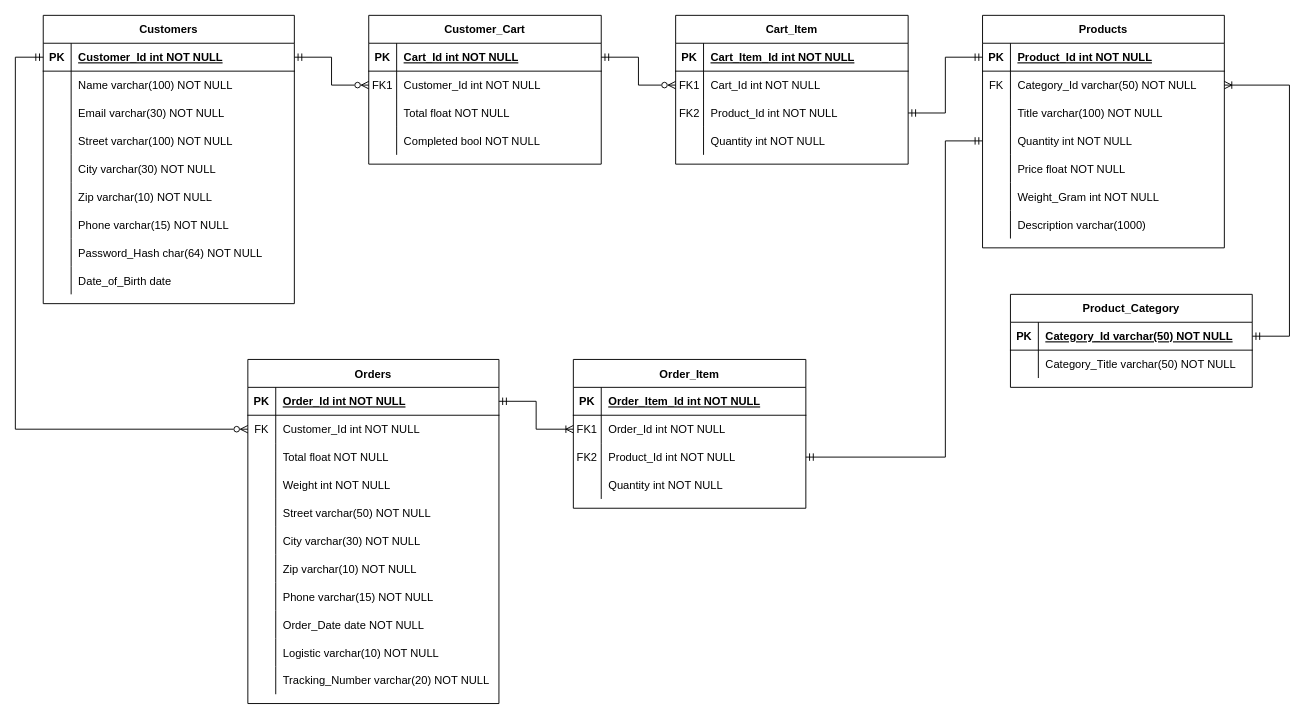
The draw.io diagram system-design/ER-Diagram.drawio in wahyubrr/shopping-api, before the edit. Source tidied: cells renumbered, new cells numbered last; positions are measured from the earlier drawing's top-left corner, leaving out a move shared by most shapes. Both pictures are drawn from the tidied source at 93%, with x=0, y=0 at pixel (15, 15).
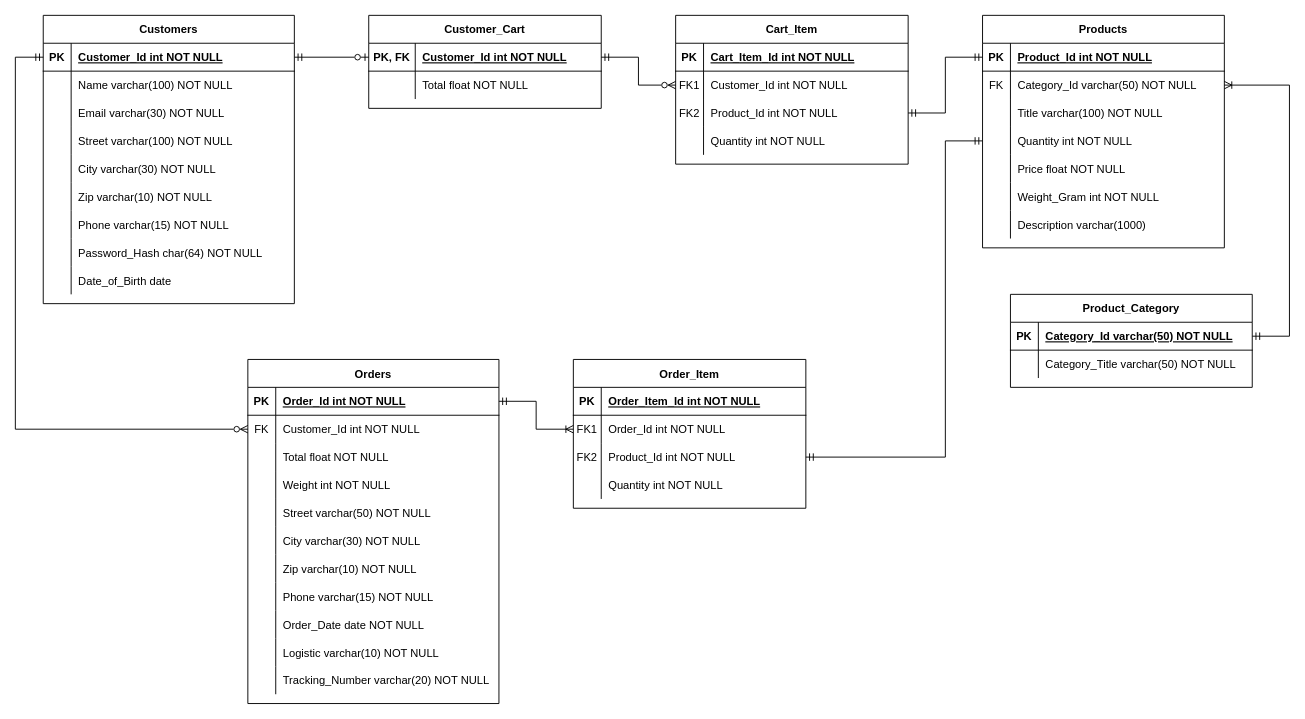
After the change.

The change refers to these unchanged cells:
```xml
<mxCell id="3" style="shape=partialRectangle;fillColor=none;points=[[0,0.5],[1,0.5]];portConstraint=eastwest;top=0;left=0;right=0;bottom=1;" parent="2" vertex="1">
  <mxGeometry y="30" width="250" height="30" as="geometry" />
</mxCell>
<mxCell id="38" style="shape=partialRectangle;fillColor=none;points=[[0,0.5],[1,0.5]];portConstraint=eastwest;top=0;left=0;right=0;bottom=1;" parent="37" vertex="1">
  <mxGeometry y="30" width="270" height="30" as="geometry" />
</mxCell>
<mxCell id="112" style="shape=partialRectangle;fillColor=none;points=[[0,0.5],[1,0.5]];portConstraint=eastwest;top=0;left=0;right=0;bottom=0;" parent="108" vertex="1">
  <mxGeometry y="60" width="250" height="30" as="geometry" />
</mxCell>
```

Diff of the diagram source:
```diff
@@
     <mxCell id="2" value="Customer_Cart" style="shape=table;startSize=30;childLayout=tableLayout;rowLines=0;fontStyle=1;align=center;" parent="1" vertex="1">
-      <mxGeometry x="380" width="250" height="160" as="geometry" />
+      <mxGeometry x="380" width="250" height="100" as="geometry" />
     </mxCell>
@@
-    <mxCell id="4" value="PK" style="shape=partialRectangle;overflow=hidden;fillColor=none;top=0;left=0;bottom=0;right=0;fontStyle=1;" parent="3" vertex="1">
-      <mxGeometry width="30" height="30" as="geometry" />
+    <mxCell id="4" value="PK, FK" style="shape=partialRectangle;overflow=hidden;fillColor=none;top=0;left=0;bottom=0;right=0;fontStyle=1;" parent="3" vertex="1">
+      <mxGeometry width="50" height="30" as="geometry" />
     </mxCell>
-    <mxCell id="5" value="Cart_Id int NOT NULL " style="shape=partialRectangle;overflow=hidden;fillColor=none;top=0;left=0;bottom=0;right=0;align=left;spacingLeft=6;fontStyle=5;" parent="3" vertex="1">
-      <mxGeometry x="30" width="220" height="30" as="geometry" />
+    <mxCell id="5" value="Customer_Id int NOT NULL " style="shape=partialRectangle;overflow=hidden;fillColor=none;top=0;left=0;bottom=0;right=0;align=left;spacingLeft=6;fontStyle=5;" parent="3" vertex="1">
+      <mxGeometry x="50" width="200" height="30" as="geometry" />
     </mxCell>
-    <mxCell id="6" style="shape=partialRectangle;fillColor=none;points=[[0,0.5],[1,0.5]];portConstraint=eastwest;top=0;left=0;right=0;bottom=0;" parent="2" vertex="1">
-      <mxGeometry y="60" width="250" height="30" as="geometry" />
-    </mxCell>
-    <mxCell id="7" value="FK1" style="shape=partialRectangle;overflow=hidden;fillColor=none;top=0;left=0;bottom=0;right=0;" parent="6" vertex="1">
-      <mxGeometry width="30" height="30" as="geometry" />
-    </mxCell>
-    <mxCell id="8" value="Customer_Id int NOT NULL" style="shape=partialRectangle;overflow=hidden;fillColor=none;top=0;left=0;bottom=0;right=0;align=left;spacingLeft=6;" parent="6" vertex="1">
-      <mxGeometry x="30" width="220" height="30" as="geometry" />
-    </mxCell>
     <mxCell id="9" style="shape=partialRectangle;fillColor=none;top=0;left=0;right=0;bottom=0;" parent="2" vertex="1">
-      <mxGeometry y="90" width="250" height="30" as="geometry" />
+      <mxGeometry y="60" width="250" height="30" as="geometry" />
     </mxCell>
     <mxCell id="10" style="shape=partialRectangle;overflow=hidden;fillColor=none;top=0;left=0;bottom=0;right=0;" parent="9" vertex="1">
-      <mxGeometry width="30" height="30" as="geometry" />
+      <mxGeometry width="50" height="30" as="geometry" />
     </mxCell>
     <mxCell id="11" value="Total float NOT NULL" style="shape=partialRectangle;overflow=hidden;fillColor=none;top=0;left=0;bottom=0;right=0;align=left;spacingLeft=6;" parent="9" vertex="1">
-      <mxGeometry x="30" width="220" height="30" as="geometry" />
+      <mxGeometry x="50" width="200" height="30" as="geometry" />
     </mxCell>
-    <mxCell id="12" style="shape=partialRectangle;fillColor=none;top=0;left=0;right=0;bottom=0;" parent="2" vertex="1">
-      <mxGeometry y="120" width="250" height="30" as="geometry" />
-    </mxCell>
-    <mxCell id="13" style="shape=partialRectangle;overflow=hidden;fillColor=none;top=0;left=0;bottom=0;right=0;" parent="12" vertex="1">
-      <mxGeometry width="30" height="30" as="geometry" />
-    </mxCell>
-    <mxCell id="14" value="Completed bool NOT NULL" style="shape=partialRectangle;overflow=hidden;fillColor=none;top=0;left=0;bottom=0;right=0;align=left;spacingLeft=6;" parent="12" vertex="1">
-      <mxGeometry x="30" width="220" height="30" as="geometry" />
-    </mxCell>
@@
-    <mxCell id="65" style="edgeStyle=orthogonalEdgeStyle;rounded=0;jettySize=auto;html=1;entryX=0;entryY=0.5;entryDx=0;entryDy=0;fontSize=16;endArrow=ERzeroToMany;endFill=0;startArrow=ERmandOne;startFill=0;" parent="1" edge="1" source="38" target="6">
+    <mxCell id="65" style="edgeStyle=orthogonalEdgeStyle;rounded=0;jettySize=auto;html=1;entryX=0;entryY=0.5;entryDx=0;entryDy=0;fontSize=16;endArrow=ERzeroToOne;endFill=0;startArrow=ERmandOne;startFill=0;" parent="1" edge="1" source="38" target="3">
       <mxGeometry relative="1" as="geometry" />
     </mxCell>
@@
-    <mxCell id="114" value="Cart_Id int NOT NULL" style="shape=partialRectangle;overflow=hidden;fillColor=none;top=0;left=0;bottom=0;right=0;align=left;spacingLeft=6;" parent="112" vertex="1">
+    <mxCell id="114" value="Customer_Id int NOT NULL" style="shape=partialRectangle;overflow=hidden;fillColor=none;top=0;left=0;bottom=0;right=0;align=left;spacingLeft=6;" parent="112" vertex="1">
       <mxGeometry x="30" width="220" height="30" as="geometry" />
     </mxCell>
```
